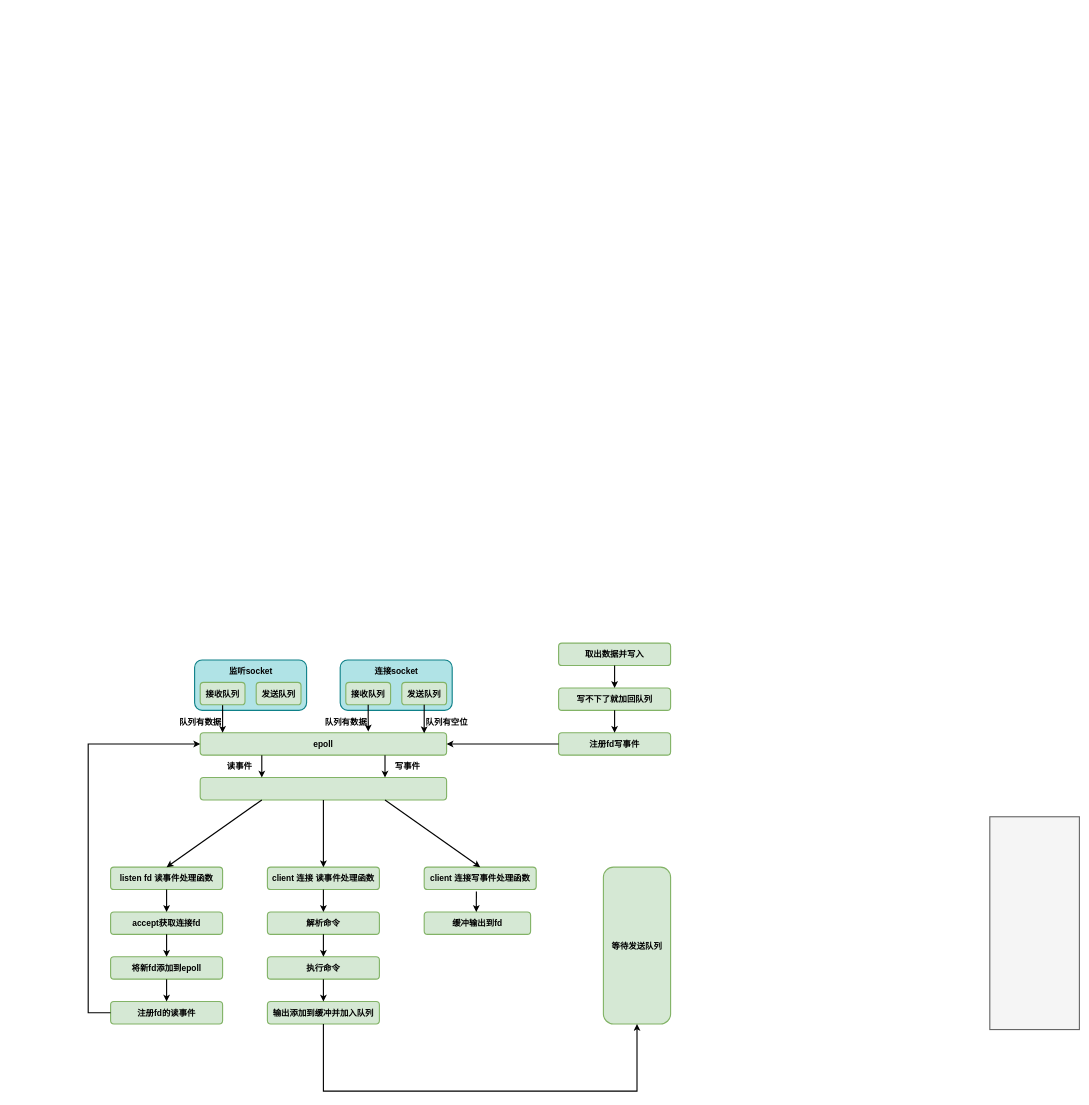
Above: redis/redis-netio-1.drawio in donscoco/diagrams (draw.io), before the change. Source tidied: cells renumbered, new cells numbered last; positions are measured from the earlier drawing's top-left corner, leaving out a move shared by most shapes. Both pictures are drawn from the tidied source at 56%, with x=0, y=0 at pixel (88, 643).
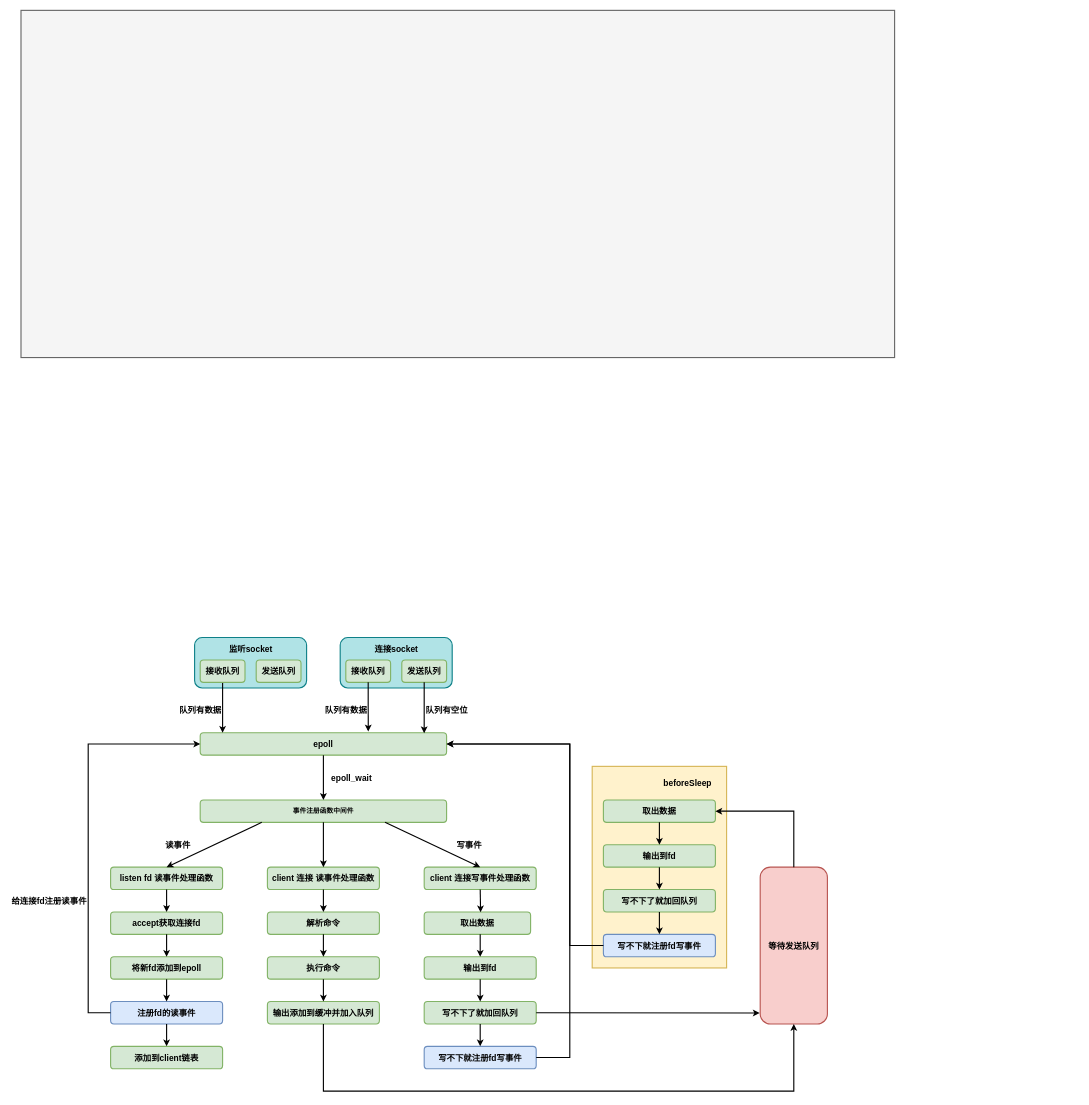
The same page after the edit.

The change refers to these unchanged cells:
```xml
<mxCell id="6" value="&lt;span style=&quot;font-size: 15px; font-weight: 700;&quot;&gt;epoll&lt;/span&gt;" style="rounded=1;whiteSpace=wrap;html=1;strokeWidth=2;fillWeight=4;hachureGap=8;hachureAngle=45;fillColor=#d5e8d4;strokeColor=#82b366;" parent="1" vertex="1">
  <mxGeometry x="200" y="160" width="440" height="40" as="geometry" />
</mxCell>
<mxCell id="8" value="&lt;span style=&quot;font-size: 15px; font-weight: 700;&quot;&gt;client 连接写事件处理函数&lt;/span&gt;" style="rounded=1;whiteSpace=wrap;html=1;strokeWidth=2;fillWeight=4;hachureGap=8;hachureAngle=45;fillColor=#d5e8d4;strokeColor=#82b366;" parent="1" vertex="1">
  <mxGeometry x="600" y="400" width="200" height="40" as="geometry" />
</mxCell>
<mxCell id="14" value="&lt;span style=&quot;font-size: 15px;&quot;&gt;&lt;b&gt;输出添加到缓冲并加入队列&lt;/b&gt;&lt;/span&gt;" style="rounded=1;whiteSpace=wrap;html=1;strokeWidth=2;fillWeight=4;hachureGap=8;hachureAngle=45;fillColor=#d5e8d4;strokeColor=#82b366;" parent="1" vertex="1">
  <mxGeometry x="320" y="640" width="200" height="40" as="geometry" />
</mxCell>
```

Diff of the diagram source:
```diff
@@
+    <mxCell id="52" style="rounded=0;whiteSpace=wrap;html=1;strokeWidth=2;fillWeight=4;hachureGap=8;hachureAngle=45;fillColor=#fff2cc;strokeColor=#d6b656;fontSize=15;fontStyle=1;" parent="1" vertex="1">
+      <mxGeometry x="900" y="220" width="240" height="360" as="geometry" />
+    </mxCell>
+    <mxCell id="4" style="rounded=0;whiteSpace=wrap;html=1;strokeWidth=2;fillWeight=4;hachureGap=8;hachureAngle=45;fillColor=#f5f5f5;strokeColor=#666666;fontSize=15;fontStyle=1;fontColor=#333333;" parent="1" vertex="1">
+      <mxGeometry x="-120" y="-1130" width="1560" height="620" as="geometry" />
+    </mxCell>
     <mxCell id="2" style="rounded=1;whiteSpace=wrap;html=1;strokeWidth=2;fillWeight=4;hachureGap=8;hachureAngle=45;fillColor=#b0e3e6;strokeColor=#0e8088;" parent="1" vertex="1">
-      <mxGeometry x="450" y="30" width="200" height="90" as="geometry" />
+      <mxGeometry x="450" y="-10" width="200" height="90" as="geometry" />
     </mxCell>
     <mxCell id="3" style="rounded=1;whiteSpace=wrap;html=1;strokeWidth=2;fillWeight=4;hachureGap=8;hachureAngle=45;fillColor=#b0e3e6;strokeColor=#0e8088;" parent="1" vertex="1">
-      <mxGeometry x="190" y="30" width="200" height="90" as="geometry" />
+      <mxGeometry x="190" y="-10" width="200" height="90" as="geometry" />
     </mxCell>
-    <mxCell id="4" style="rounded=0;whiteSpace=wrap;html=1;strokeWidth=2;fillWeight=4;hachureGap=8;hachureAngle=45;fillColor=#f5f5f5;strokeColor=#666666;fontSize=15;fontStyle=1;fontColor=#333333;" parent="1" vertex="1">
-      <mxGeometry x="1610" y="310" width="160" height="380" as="geometry" />
-    </mxCell>
     <mxCell id="5" value="&lt;span style=&quot;font-size: 15px;&quot;&gt;&lt;b&gt;接收队列&lt;/b&gt;&lt;/span&gt;" style="rounded=1;whiteSpace=wrap;html=1;strokeWidth=2;fillWeight=4;hachureGap=8;hachureAngle=45;fillColor=#d5e8d4;strokeColor=#82b366;" parent="1" vertex="1">
-      <mxGeometry x="460" y="70" width="80" height="40" as="geometry" />
+      <mxGeometry x="460" y="30" width="80" height="40" as="geometry" />
     </mxCell>
@@
-    <mxCell id="10" style="rounded=1;whiteSpace=wrap;html=1;strokeWidth=2;fillWeight=4;hachureGap=8;hachureAngle=45;fillColor=#d5e8d4;strokeColor=#82b366;" parent="1" vertex="1">
-      <mxGeometry x="200" y="240" width="440" height="40" as="geometry" />
+    <mxCell id="10" value="事件注册函数中间件" style="rounded=1;whiteSpace=wrap;html=1;strokeWidth=2;fillWeight=4;hachureGap=8;hachureAngle=45;fillColor=#d5e8d4;strokeColor=#82b366;fontStyle=1;" parent="1" vertex="1">
+      <mxGeometry x="200" y="280" width="440" height="40" as="geometry" />
     </mxCell>
@@
-    <mxCell id="13" value="&lt;span style=&quot;font-size: 15px; font-weight: 700;&quot;&gt;注册fd的读事件&lt;/span&gt;" style="rounded=1;whiteSpace=wrap;html=1;strokeWidth=2;fillWeight=4;hachureGap=8;hachureAngle=45;fillColor=#d5e8d4;strokeColor=#82b366;" parent="1" vertex="1">
+    <mxCell id="13" value="&lt;span style=&quot;font-size: 15px; font-weight: 700;&quot;&gt;注册fd的读事件&lt;/span&gt;" style="rounded=1;whiteSpace=wrap;html=1;strokeWidth=2;fillWeight=4;hachureGap=8;hachureAngle=45;fillColor=#dae8fc;strokeColor=#6c8ebf;" parent="1" vertex="1">
       <mxGeometry x="40" y="640" width="200" height="40" as="geometry" />
     </mxCell>
@@
-    <mxCell id="15" value="&lt;span style=&quot;font-size: 15px; font-weight: 700;&quot;&gt;缓冲输出到fd&lt;/span&gt;" style="rounded=1;whiteSpace=wrap;html=1;strokeWidth=2;fillWeight=4;hachureGap=8;hachureAngle=45;fillColor=#d5e8d4;strokeColor=#82b366;" parent="1" vertex="1">
+    <mxCell id="15" value="&lt;b style=&quot;border-color: var(--border-color); font-size: 15px;&quot;&gt;取出数据&lt;/b&gt;" style="rounded=1;whiteSpace=wrap;html=1;strokeWidth=2;fillWeight=4;hachureGap=8;hachureAngle=45;fillColor=#d5e8d4;strokeColor=#82b366;" parent="1" vertex="1">
       <mxGeometry x="600" y="480" width="190" height="40" as="geometry" />
     </mxCell>
@@
-    <mxCell id="20" style="endArrow=classic;html=1;rounded=0;strokeWidth=2;exitX=0.25;exitY=1;exitDx=0;exitDy=0;entryX=0.25;entryY=0;entryDx=0;entryDy=0;" parent="1" edge="1" source="6" target="10">
-      <mxGeometry relative="1" as="geometry" />
-    </mxCell>
@@
-    <mxCell id="24" value="等待发送队列" style="rounded=1;whiteSpace=wrap;html=1;strokeWidth=2;fillWeight=4;hachureGap=8;hachureAngle=45;fillColor=#d5e8d4;strokeColor=#82b366;fontSize=15;fontStyle=1;" parent="1" vertex="1">
-      <mxGeometry x="920" y="400" width="120" height="280" as="geometry" />
+    <mxCell id="24" value="等待发送队列" style="rounded=1;whiteSpace=wrap;html=1;strokeWidth=2;fillWeight=4;hachureGap=8;hachureAngle=45;fillColor=#f8cecc;strokeColor=#b85450;fontSize=15;fontStyle=1;" parent="1" vertex="1">
+      <mxGeometry x="1200" y="400" width="120" height="280" as="geometry" />
     </mxCell>
-    <mxCell id="25" style="endArrow=classic;html=1;rounded=0;strokeWidth=2;fontSize=15;exitX=0.75;exitY=1;exitDx=0;exitDy=0;entryX=0.75;entryY=0;entryDx=0;entryDy=0;" parent="1" edge="1" source="6" target="10">
-      <mxGeometry relative="1" as="geometry" />
-    </mxCell>
     <mxCell id="26" style="endArrow=classic;html=1;rounded=0;strokeWidth=2;fontSize=15;exitX=0.5;exitY=1;exitDx=0;exitDy=0;entryX=0.5;entryY=1;entryDx=0;entryDy=0;" parent="1" edge="1" source="14" target="24">
       <mxGeometry relative="1" as="geometry">
         <Array as="points">
           <mxPoint x="420" y="800" />
-          <mxPoint x="980" y="800" />
+          <mxPoint x="1260" y="800" />
         </Array>
       </mxGeometry>
     </mxCell>
-    <mxCell id="27" value="&lt;span style=&quot;font-size: 15px;&quot;&gt;&lt;b&gt;取出数据并写入&lt;/b&gt;&lt;/span&gt;" style="rounded=1;whiteSpace=wrap;html=1;strokeWidth=2;fillWeight=4;hachureGap=8;hachureAngle=45;fillColor=#d5e8d4;strokeColor=#82b366;" parent="1" vertex="1">
-      <mxGeometry x="840" width="200" height="40" as="geometry" />
+    <mxCell id="27" value="&lt;span style=&quot;font-size: 15px;&quot;&gt;&lt;b&gt;输出到fd&lt;/b&gt;&lt;/span&gt;" style="rounded=1;whiteSpace=wrap;html=1;strokeWidth=2;fillWeight=4;hachureGap=8;hachureAngle=45;fillColor=#d5e8d4;strokeColor=#82b366;" parent="1" vertex="1">
+      <mxGeometry x="920" y="360" width="200" height="40" as="geometry" />
     </mxCell>
     <mxCell id="28" value="&lt;span style=&quot;font-size: 15px;&quot;&gt;&lt;b&gt;写不下了就加回队列&lt;/b&gt;&lt;/span&gt;" style="rounded=1;whiteSpace=wrap;html=1;strokeWidth=2;fillWeight=4;hachureGap=8;hachureAngle=45;fillColor=#d5e8d4;strokeColor=#82b366;" parent="1" vertex="1">
-      <mxGeometry x="840" y="80" width="200" height="40" as="geometry" />
+      <mxGeometry x="920" y="440" width="200" height="40" as="geometry" />
     </mxCell>
-    <mxCell id="29" value="&lt;span style=&quot;font-size: 15px;&quot;&gt;&lt;b&gt;注册fd写事件&lt;/b&gt;&lt;/span&gt;" style="rounded=1;whiteSpace=wrap;html=1;strokeWidth=2;fillWeight=4;hachureGap=8;hachureAngle=45;fillColor=#d5e8d4;strokeColor=#82b366;" parent="1" vertex="1">
-      <mxGeometry x="840" y="160" width="200" height="40" as="geometry" />
+    <mxCell id="29" value="&lt;span style=&quot;font-size: 15px;&quot;&gt;&lt;b&gt;写不下就注册fd写事件&lt;/b&gt;&lt;/span&gt;" style="rounded=1;whiteSpace=wrap;html=1;strokeWidth=2;fillWeight=4;hachureGap=8;hachureAngle=45;fillColor=#dae8fc;strokeColor=#6c8ebf;" parent="1" vertex="1">
+      <mxGeometry x="920" y="520" width="200" height="40" as="geometry" />
     </mxCell>
     <mxCell id="30" style="endArrow=classic;html=1;rounded=0;strokeWidth=2;fontSize=15;exitX=0;exitY=0.5;exitDx=0;exitDy=0;entryX=1;entryY=0.5;entryDx=0;entryDy=0;" parent="1" edge="1" source="29" target="6">
-      <mxGeometry relative="1" as="geometry" />
+      <mxGeometry relative="1" as="geometry">
+        <Array as="points">
+          <mxPoint x="860" y="540" />
+          <mxPoint x="860" y="180" />
+        </Array>
+      </mxGeometry>
     </mxCell>
@@
-    <mxCell id="39" style="endArrow=classic;html=1;rounded=0;strokeWidth=2;fontSize=15;exitX=0.466;exitY=1.083;exitDx=0;exitDy=0;exitPerimeter=0;" parent="1" edge="1" source="8">
-      <mxGeometry relative="1" as="geometry">
-        <mxPoint x="693" y="480" as="targetPoint" />
-      </mxGeometry>
+    <mxCell id="39" style="endArrow=classic;html=1;rounded=0;strokeWidth=2;fontSize=15;exitX=0.5;exitY=1;exitDx=0;exitDy=0;entryX=0.53;entryY=0.013;entryDx=0;entryDy=0;entryPerimeter=0;" parent="1" edge="1" source="8" target="15">
+      <mxGeometry relative="1" as="geometry" />
     </mxCell>
@@
     <mxCell id="41" value="&lt;span style=&quot;font-size: 15px;&quot;&gt;&lt;b&gt;发送队列&lt;/b&gt;&lt;/span&gt;" style="rounded=1;whiteSpace=wrap;html=1;strokeWidth=2;fillWeight=4;hachureGap=8;hachureAngle=45;fillColor=#d5e8d4;strokeColor=#82b366;" parent="1" vertex="1">
-      <mxGeometry x="560" y="70" width="80" height="40" as="geometry" />
+      <mxGeometry x="560" y="30" width="80" height="40" as="geometry" />
     </mxCell>
     <mxCell id="42" value="&lt;span style=&quot;font-size: 15px;&quot;&gt;&lt;b&gt;接收队列&lt;/b&gt;&lt;/span&gt;" style="rounded=1;whiteSpace=wrap;html=1;strokeWidth=2;fillWeight=4;hachureGap=8;hachureAngle=45;fillColor=#d5e8d4;strokeColor=#82b366;" parent="1" vertex="1">
-      <mxGeometry x="200" y="70" width="80" height="40" as="geometry" />
+      <mxGeometry x="200" y="30" width="80" height="40" as="geometry" />
     </mxCell>
     <mxCell id="43" value="&lt;span style=&quot;font-size: 15px;&quot;&gt;&lt;b&gt;发送队列&lt;/b&gt;&lt;/span&gt;" style="rounded=1;whiteSpace=wrap;html=1;strokeWidth=2;fillWeight=4;hachureGap=8;hachureAngle=45;fillColor=#d5e8d4;strokeColor=#82b366;" parent="1" vertex="1">
-      <mxGeometry x="300" y="70" width="80" height="40" as="geometry" />
+      <mxGeometry x="300" y="30" width="80" height="40" as="geometry" />
     </mxCell>
@@
     <mxCell id="45" value="监听socket" style="text;strokeColor=none;fillColor=none;html=1;fontSize=15;fontStyle=1;verticalAlign=middle;align=center;rounded=0;" parent="1" vertex="1">
-      <mxGeometry x="240" y="30" width="100" height="40" as="geometry" />
+      <mxGeometry x="240" y="-10" width="100" height="40" as="geometry" />
     </mxCell>
     <mxCell id="46" value="连接socket" style="text;strokeColor=none;fillColor=none;html=1;fontSize=15;fontStyle=1;verticalAlign=middle;align=center;rounded=0;" parent="1" vertex="1">
-      <mxGeometry x="500" y="30" width="100" height="40" as="geometry" />
+      <mxGeometry x="500" y="-10" width="100" height="40" as="geometry" />
     </mxCell>
     <mxCell id="47" value="队列有空位" style="text;strokeColor=none;fillColor=none;html=1;fontSize=15;fontStyle=1;verticalAlign=middle;align=center;rounded=0;" parent="1" vertex="1">
-      <mxGeometry x="600" y="120" width="80" height="40" as="geometry" />
+      <mxGeometry x="600" y="100" width="80" height="40" as="geometry" />
     </mxCell>
     <mxCell id="48" value="队列有数据" style="text;strokeColor=none;fillColor=none;html=1;fontSize=15;fontStyle=1;verticalAlign=middle;align=center;rounded=0;" parent="1" vertex="1">
-      <mxGeometry x="420" y="120" width="80" height="40" as="geometry" />
+      <mxGeometry x="420" y="100" width="80" height="40" as="geometry" />
     </mxCell>
     <mxCell id="49" value="队列有数据" style="text;strokeColor=none;fillColor=none;html=1;fontSize=15;fontStyle=1;verticalAlign=middle;align=center;rounded=0;" parent="1" vertex="1">
-      <mxGeometry x="160" y="120" width="80" height="40" as="geometry" />
+      <mxGeometry x="160" y="100" width="80" height="40" as="geometry" />
     </mxCell>
     <mxCell id="50" value="读事件" style="text;strokeColor=none;fillColor=none;html=1;fontSize=15;fontStyle=1;verticalAlign=middle;align=center;rounded=0;" parent="1" vertex="1">
-      <mxGeometry x="230" y="200" width="80" height="40" as="geometry" />
+      <mxGeometry x="120" y="340" width="80" height="40" as="geometry" />
     </mxCell>
     <mxCell id="51" value="写事件" style="text;strokeColor=none;fillColor=none;html=1;fontSize=15;fontStyle=1;verticalAlign=middle;align=center;rounded=0;" parent="1" vertex="1">
-      <mxGeometry x="530" y="200" width="80" height="40" as="geometry" />
+      <mxGeometry x="640" y="340" width="80" height="40" as="geometry" />
     </mxCell>
+    <mxCell id="53" value="&lt;span style=&quot;font-size: 15px;&quot;&gt;&lt;b&gt;输出到fd&lt;/b&gt;&lt;/span&gt;" style="rounded=1;whiteSpace=wrap;html=1;strokeWidth=2;fillWeight=4;hachureGap=8;hachureAngle=45;fillColor=#d5e8d4;strokeColor=#82b366;" parent="1" vertex="1">
+      <mxGeometry x="600" y="560" width="200" height="40" as="geometry" />
+    </mxCell>
+    <mxCell id="54" value="&lt;span style=&quot;font-size: 15px;&quot;&gt;&lt;b&gt;写不下了就加回队列&lt;/b&gt;&lt;/span&gt;" style="rounded=1;whiteSpace=wrap;html=1;strokeWidth=2;fillWeight=4;hachureGap=8;hachureAngle=45;fillColor=#d5e8d4;strokeColor=#82b366;" parent="1" vertex="1">
+      <mxGeometry x="600" y="640" width="200" height="40" as="geometry" />
+    </mxCell>
+    <mxCell id="55" value="&lt;span style=&quot;font-size: 15px;&quot;&gt;&lt;b&gt;写不下就注册fd写事件&lt;/b&gt;&lt;/span&gt;" style="rounded=1;whiteSpace=wrap;html=1;strokeWidth=2;fillWeight=4;hachureGap=8;hachureAngle=45;fillColor=#dae8fc;strokeColor=#6c8ebf;" parent="1" vertex="1">
+      <mxGeometry x="600" y="720" width="200" height="40" as="geometry" />
+    </mxCell>
+    <mxCell id="56" style="endArrow=classic;html=1;rounded=0;strokeWidth=2;exitX=0.5;exitY=1;exitDx=0;exitDy=0;entryX=0.5;entryY=0;entryDx=0;entryDy=0;" parent="1" edge="1" source="53" target="54">
+      <mxGeometry relative="1" as="geometry" />
+    </mxCell>
+    <mxCell id="57" style="endArrow=classic;html=1;rounded=0;strokeWidth=2;exitX=0.5;exitY=1;exitDx=0;exitDy=0;entryX=0.5;entryY=0;entryDx=0;entryDy=0;" parent="1" edge="1" source="54" target="55">
+      <mxGeometry relative="1" as="geometry" />
+    </mxCell>
+    <mxCell id="58" style="endArrow=classic;html=1;rounded=0;strokeWidth=2;fontSize=15;" parent="1" edge="1">
+      <mxGeometry relative="1" as="geometry">
+        <mxPoint x="700" y="520" as="sourcePoint" />
+        <mxPoint x="700" y="560" as="targetPoint" />
+      </mxGeometry>
+    </mxCell>
+    <mxCell id="59" value="&lt;span style=&quot;font-size: 15px;&quot;&gt;&lt;b&gt;取出数据&lt;/b&gt;&lt;/span&gt;" style="rounded=1;whiteSpace=wrap;html=1;strokeWidth=2;fillWeight=4;hachureGap=8;hachureAngle=45;fillColor=#d5e8d4;strokeColor=#82b366;" parent="1" vertex="1">
+      <mxGeometry x="920" y="280" width="200" height="40" as="geometry" />
+    </mxCell>
+    <mxCell id="60" style="endArrow=classic;html=1;rounded=0;strokeWidth=2;fontSize=15;exitX=0.5;exitY=1;exitDx=0;exitDy=0;entryX=0.5;entryY=0;entryDx=0;entryDy=0;" parent="1" edge="1" source="6" target="10">
+      <mxGeometry relative="1" as="geometry" />
+    </mxCell>
+    <mxCell id="61" value="epoll_wait" style="text;strokeColor=none;fillColor=none;html=1;fontSize=15;fontStyle=1;verticalAlign=middle;align=center;rounded=0;" parent="1" vertex="1">
+      <mxGeometry x="430" y="220" width="80" height="40" as="geometry" />
+    </mxCell>
+    <mxCell id="62" value="给连接fd注册读事件" style="text;strokeColor=none;fillColor=none;html=1;fontSize=15;fontStyle=1;verticalAlign=middle;align=center;rounded=0;" parent="1" vertex="1">
+      <mxGeometry x="-140" y="440" width="140" height="40" as="geometry" />
+    </mxCell>
+    <mxCell id="63" value="&lt;span style=&quot;font-size: 15px; font-weight: 700;&quot;&gt;添加到client链表&lt;/span&gt;" style="rounded=1;whiteSpace=wrap;html=1;strokeWidth=2;fillWeight=4;hachureGap=8;hachureAngle=45;fillColor=#d5e8d4;strokeColor=#82b366;" parent="1" vertex="1">
+      <mxGeometry x="40" y="720" width="200" height="40" as="geometry" />
+    </mxCell>
+    <mxCell id="64" style="endArrow=classic;html=1;rounded=0;strokeWidth=2;fontSize=15;exitX=0.5;exitY=1;exitDx=0;exitDy=0;entryX=0.5;entryY=0;entryDx=0;entryDy=0;" parent="1" edge="1" source="13" target="63">
+      <mxGeometry relative="1" as="geometry" />
+    </mxCell>
+    <mxCell id="65" style="endArrow=classic;html=1;rounded=0;strokeWidth=2;fontSize=15;exitX=1;exitY=0.5;exitDx=0;exitDy=0;entryX=-0.008;entryY=0.93;entryDx=0;entryDy=0;entryPerimeter=0;" parent="1" edge="1" source="54" target="24">
+      <mxGeometry relative="1" as="geometry" />
+    </mxCell>
+    <mxCell id="66" style="endArrow=classic;html=1;rounded=0;strokeWidth=2;fontSize=15;exitX=0.5;exitY=0;exitDx=0;exitDy=0;entryX=1;entryY=0.5;entryDx=0;entryDy=0;" parent="1" edge="1" source="24" target="59">
+      <mxGeometry relative="1" as="geometry">
+        <Array as="points">
+          <mxPoint x="1260" y="300" />
+        </Array>
+      </mxGeometry>
+    </mxCell>
+    <mxCell id="67" value="beforeSleep" style="text;strokeColor=none;fillColor=none;html=1;fontSize=15;fontStyle=1;verticalAlign=middle;align=center;rounded=0;" parent="1" vertex="1">
+      <mxGeometry x="1000" y="230" width="140" height="40" as="geometry" />
+    </mxCell>
+    <mxCell id="68" style="endArrow=classic;html=1;rounded=0;strokeWidth=2;fontSize=15;exitX=0.5;exitY=1;exitDx=0;exitDy=0;entryX=0.5;entryY=0;entryDx=0;entryDy=0;" parent="1" edge="1" source="59" target="27">
+      <mxGeometry relative="1" as="geometry" />
+    </mxCell>
+    <mxCell id="69" style="endArrow=classic;html=1;rounded=0;strokeWidth=2;fontSize=15;exitX=1;exitY=0.5;exitDx=0;exitDy=0;entryX=1;entryY=0.5;entryDx=0;entryDy=0;" parent="1" edge="1" source="55" target="6">
+      <mxGeometry relative="1" as="geometry">
+        <Array as="points">
+          <mxPoint x="860" y="740" />
+          <mxPoint x="860" y="180" />
+        </Array>
+      </mxGeometry>
+    </mxCell>
```
